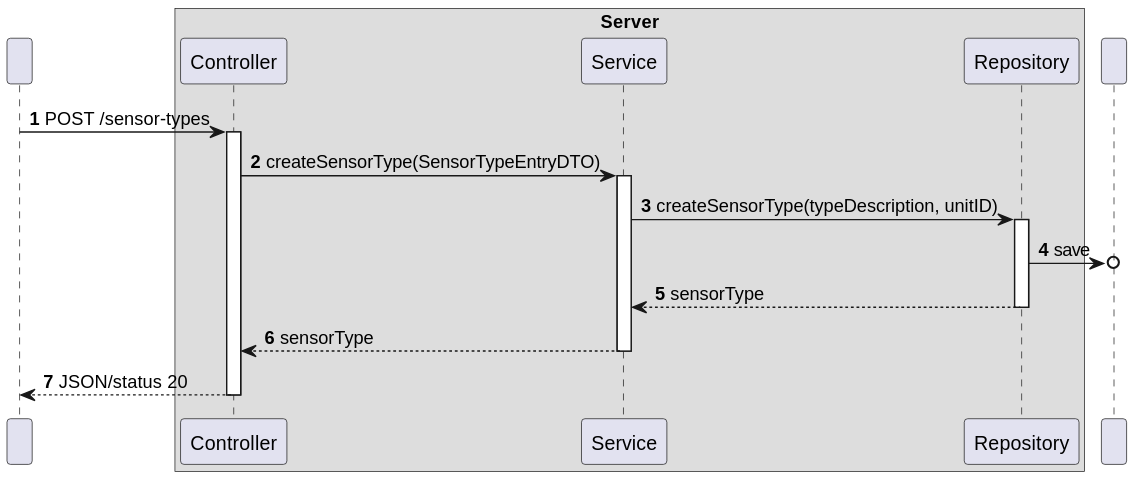
moutajDev/smarthome keeps this PlantUML diagram as docs/C4_4plus1_models/Level4/ProcessView/ProcessViewLevel4_UC04_v1.svg. Above is the earlier version. The source it was exported from:
```plantuml
@startuml
!pragma layout smetana

autonumber

participant " " as HTTP

box "Server"
    participant "Controller" as CTRL
    participant "Service" as SV
    participant "Repository" as REPO
end box

participant " " as BD


HTTP -> CTRL : POST /sensor-types
activate CTRL
CTRL -> SV : createSensorType(SensorTypeEntryDTO)

activate SV

SV -> REPO : createSensorType(typeDescription, unitID)
activate REPO
REPO ->o BD : save

REPO --> SV : sensorType
deactivate REPO

SV --> CTRL : sensorType
deactivate SV


CTRL --> HTTP : JSON/status 20
deactivate CTRL
@enduml
```
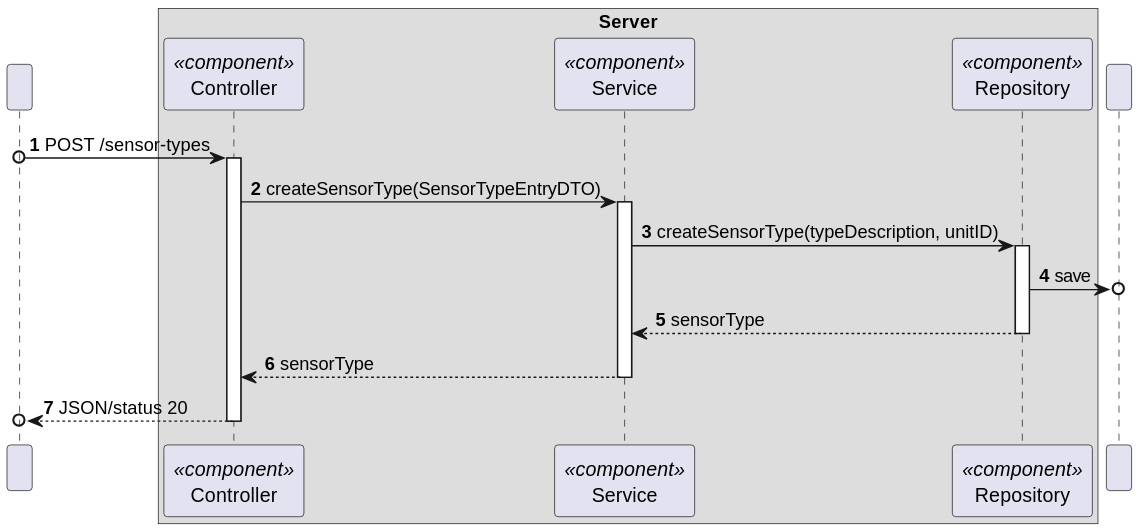
The same diagram one commit later.

The edit, as a diff of the source:
```diff
@@ -6,15 +6,15 @@
 participant " " as HTTP
 
 box "Server"
-    participant "Controller" as CTRL
-    participant "Service" as SV
-    participant "Repository" as REPO
+    participant "Controller" as CTRL<<component>>
+    participant "Service" as SV<<component>>
+    participant "Repository" as REPO<<component>>
 end box
 
 participant " " as BD
 
 
-HTTP -> CTRL : POST /sensor-types
+HTTP o-> CTRL : POST /sensor-types
 activate CTRL
 CTRL -> SV : createSensorType(SensorTypeEntryDTO)
 
@@ -31,6 +31,6 @@
 deactivate SV
 
 
-CTRL --> HTTP : JSON/status 20
+CTRL -->o HTTP : JSON/status 20
 deactivate CTRL
 @enduml
```
